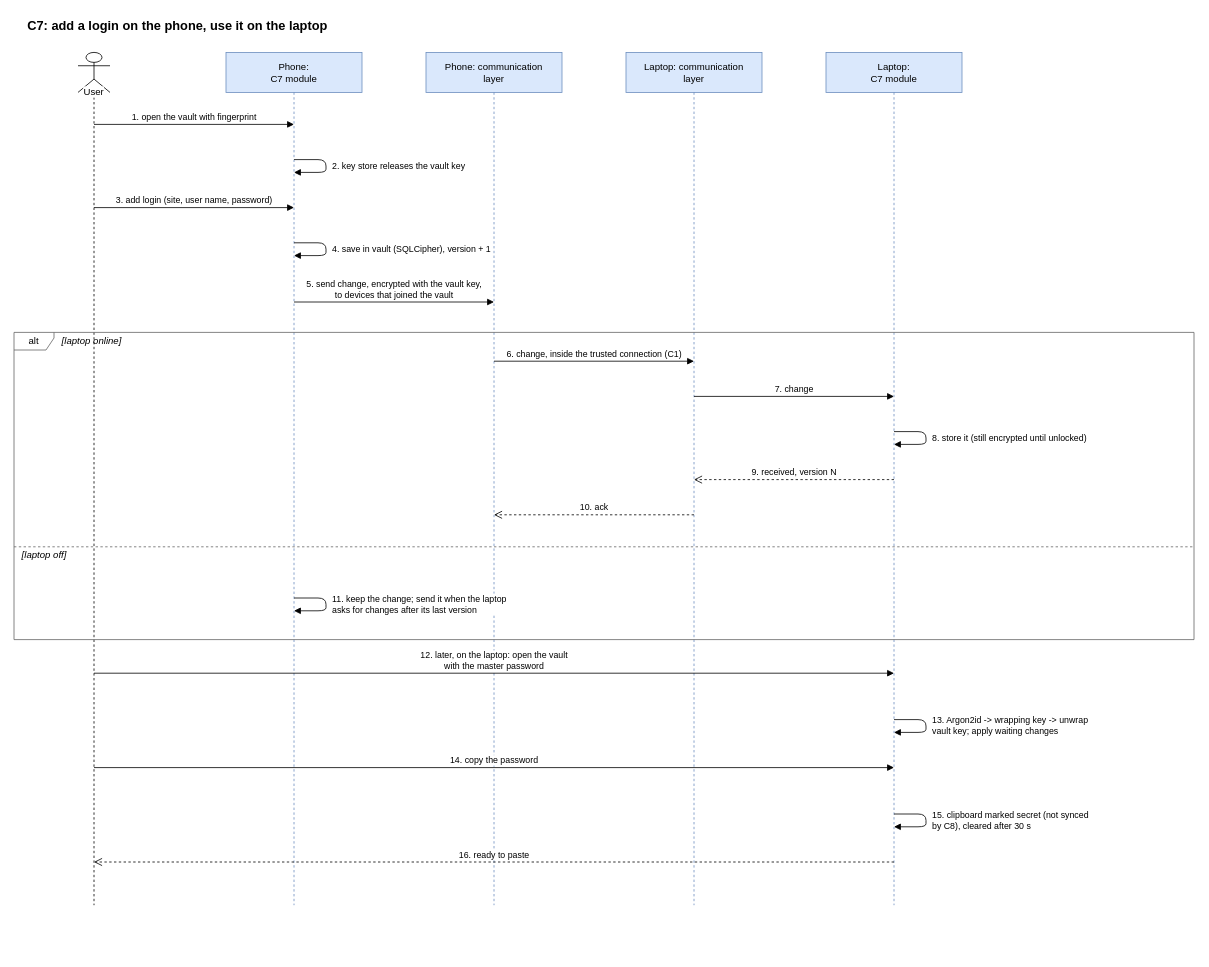
Earlier version of the draw.io diagram diagrams/C7-vault-sequence.drawio (Ali-Alasiri/graduation-project-phase-one). Source tidied: cells renumbered, new cells numbered last; positions are measured from the earlier drawing's top-left corner, leaving out a move shared by most shapes. Both pictures are drawn from the tidied source at 80%, with x=0, y=0 at pixel (14, 14).
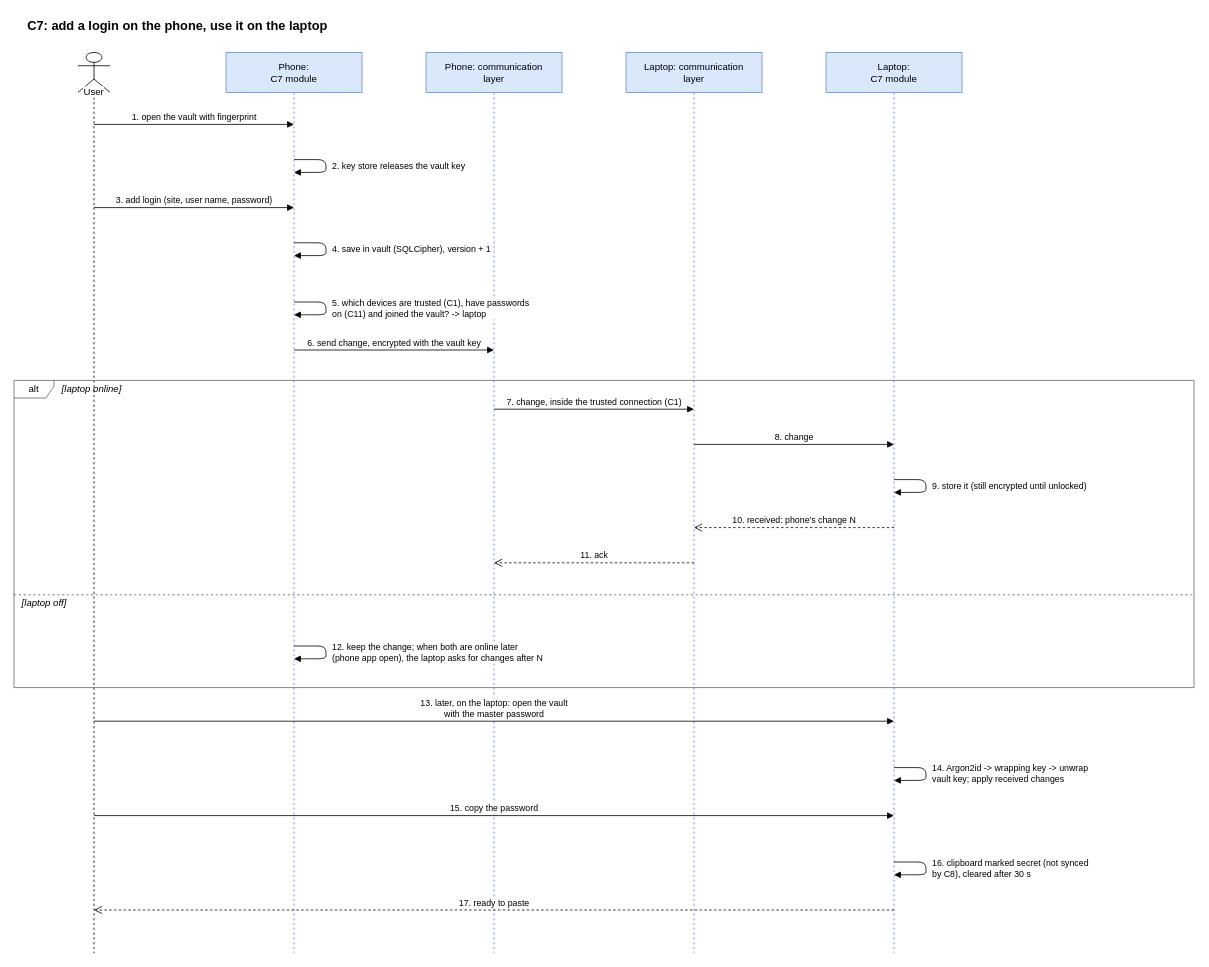
The same page after the edit.

Commit message (it also covers changes not shown here):
C7: fixes after review (stored keys, sync versions, clipboard per system, diagram)

Claude-Session: https://claude.ai/code/session_01BeHf3d1kUqbSvqCHyE6dbJ

The edit, as a diff of the source:
```diff
@@
     <mxCell id="3" value="User" style="shape=umlLifeline;participant=umlActor;perimeter=lifelinePerimeter;whiteSpace=wrap;html=1;verticalAlign=top;spacingTop=36;labelBackgroundColor=#ffffff;size=50;" parent="1" vertex="1">
-      <mxGeometry x="80" y="48" width="40" height="1066" as="geometry" />
+      <mxGeometry x="80" y="48" width="40" height="1126" as="geometry" />
     </mxCell>
     <mxCell id="4" value="Phone:&lt;br&gt;C7 module" style="shape=umlLifeline;perimeter=lifelinePerimeter;whiteSpace=wrap;html=1;size=50;fillColor=#dae8fc;strokeColor=#6c8ebf;" parent="1" vertex="1">
-      <mxGeometry x="265" y="48" width="170" height="1066" as="geometry" />
+      <mxGeometry x="265" y="48" width="170" height="1126" as="geometry" />
     </mxCell>
     <mxCell id="5" value="Phone: communication&lt;br&gt;layer" style="shape=umlLifeline;perimeter=lifelinePerimeter;whiteSpace=wrap;html=1;size=50;fillColor=#dae8fc;strokeColor=#6c8ebf;" parent="1" vertex="1">
-      <mxGeometry x="515" y="48" width="170" height="1066" as="geometry" />
+      <mxGeometry x="515" y="48" width="170" height="1126" as="geometry" />
     </mxCell>
     <mxCell id="6" value="Laptop: communication&lt;br&gt;layer" style="shape=umlLifeline;perimeter=lifelinePerimeter;whiteSpace=wrap;html=1;size=50;fillColor=#dae8fc;strokeColor=#6c8ebf;" parent="1" vertex="1">
-      <mxGeometry x="765" y="48" width="170" height="1066" as="geometry" />
+      <mxGeometry x="765" y="48" width="170" height="1126" as="geometry" />
     </mxCell>
     <mxCell id="7" value="Laptop:&lt;br&gt;C7 module" style="shape=umlLifeline;perimeter=lifelinePerimeter;whiteSpace=wrap;html=1;size=50;fillColor=#dae8fc;strokeColor=#6c8ebf;" parent="1" vertex="1">
-      <mxGeometry x="1015" y="48" width="170" height="1066" as="geometry" />
+      <mxGeometry x="1015" y="48" width="170" height="1126" as="geometry" />
     </mxCell>
     <mxCell id="8" value="alt" style="shape=umlFrame;whiteSpace=wrap;html=1;width=50;height=22;fillColor=none;strokeColor=#666666;" parent="1" vertex="1">
-      <mxGeometry y="398" width="1475" height="384" as="geometry" />
+      <mxGeometry y="458" width="1475" height="384" as="geometry" />
     </mxCell>
     <mxCell id="9" value="[laptop online]" style="text;html=1;align=left;verticalAlign=middle;fontStyle=2;" parent="1" vertex="1">
-      <mxGeometry x="58" y="398" width="420" height="22" as="geometry" />
+      <mxGeometry x="58" y="458" width="420" height="22" as="geometry" />
     </mxCell>
     <mxCell id="10" style="endArrow=none;dashed=1;html=1;strokeColor=#666666;" parent="1" edge="1">
       <mxGeometry relative="1" as="geometry">
-        <mxPoint y="666" as="sourcePoint" />
-        <mxPoint x="1475" y="666" as="targetPoint" />
+        <mxPoint y="726" as="sourcePoint" />
+        <mxPoint x="1475" y="726" as="targetPoint" />
       </mxGeometry>
     </mxCell>
     <mxCell id="11" value="[laptop off]" style="text;html=1;align=left;verticalAlign=middle;fontStyle=2;" parent="1" vertex="1">
-      <mxGeometry x="8" y="666" width="420" height="22" as="geometry" />
+      <mxGeometry x="8" y="726" width="420" height="22" as="geometry" />
     </mxCell>
@@
-    <mxCell id="16" value="5. send change, encrypted with the vault key,&lt;br&gt;to devices that joined the vault" style="html=1;verticalAlign=bottom;labelBackgroundColor=#ffffff;fontSize=11;endArrow=block;endFill=1;" parent="1" edge="1">
+    <mxCell id="16" value="5. which devices are trusted (C1), have passwords&lt;br&gt;on (C11) and joined the vault? -&gt; laptop" style="html=1;endArrow=block;endFill=1;align=left;spacingLeft=6;labelBackgroundColor=#ffffff;fontSize=11;" parent="1" edge="1">
       <mxGeometry relative="1" as="geometry">
         <mxPoint x="350" y="360" as="sourcePoint" />
-        <mxPoint x="600" y="360" as="targetPoint" />
+        <mxPoint x="350" y="376" as="targetPoint" />
+        <Array as="points">
+          <mxPoint x="390" y="360" />
+          <mxPoint x="390" y="376" />
+        </Array>
       </mxGeometry>
     </mxCell>
-    <mxCell id="17" value="6. change, inside the trusted connection (C1)" style="html=1;verticalAlign=bottom;labelBackgroundColor=#ffffff;fontSize=11;endArrow=block;endFill=1;" parent="1" edge="1">
+    <mxCell id="17" value="6. send change, encrypted with the vault key" style="html=1;verticalAlign=bottom;labelBackgroundColor=#ffffff;fontSize=11;endArrow=block;endFill=1;" parent="1" edge="1">
       <mxGeometry relative="1" as="geometry">
-        <mxPoint x="600" y="434" as="sourcePoint" />
-        <mxPoint x="850" y="434" as="targetPoint" />
+        <mxPoint x="350" y="420" as="sourcePoint" />
+        <mxPoint x="600" y="420" as="targetPoint" />
       </mxGeometry>
     </mxCell>
-    <mxCell id="18" value="7. change" style="html=1;verticalAlign=bottom;labelBackgroundColor=#ffffff;fontSize=11;endArrow=block;endFill=1;" parent="1" edge="1">
+    <mxCell id="18" value="7. change, inside the trusted connection (C1)" style="html=1;verticalAlign=bottom;labelBackgroundColor=#ffffff;fontSize=11;endArrow=block;endFill=1;" parent="1" edge="1">
       <mxGeometry relative="1" as="geometry">
-        <mxPoint x="850" y="478" as="sourcePoint" />
-        <mxPoint x="1100" y="478" as="targetPoint" />
+        <mxPoint x="600" y="494" as="sourcePoint" />
+        <mxPoint x="850" y="494" as="targetPoint" />
       </mxGeometry>
     </mxCell>
-    <mxCell id="19" value="8. store it (still encrypted until unlocked)" style="html=1;endArrow=block;endFill=1;align=left;spacingLeft=6;labelBackgroundColor=#ffffff;fontSize=11;" parent="1" edge="1">
+    <mxCell id="19" value="8. change" style="html=1;verticalAlign=bottom;labelBackgroundColor=#ffffff;fontSize=11;endArrow=block;endFill=1;" parent="1" edge="1">
       <mxGeometry relative="1" as="geometry">
-        <mxPoint x="1100" y="522" as="sourcePoint" />
+        <mxPoint x="850" y="538" as="sourcePoint" />
         <mxPoint x="1100" y="538" as="targetPoint" />
-        <Array as="points">
-          <mxPoint x="1140" y="522" />
-          <mxPoint x="1140" y="538" />
-        </Array>
       </mxGeometry>
     </mxCell>
-    <mxCell id="20" value="9. received, version N" style="html=1;verticalAlign=bottom;labelBackgroundColor=#ffffff;fontSize=11;dashed=1;endArrow=open;endSize=8;" parent="1" edge="1">
+    <mxCell id="20" value="9. store it (still encrypted until unlocked)" style="html=1;endArrow=block;endFill=1;align=left;spacingLeft=6;labelBackgroundColor=#ffffff;fontSize=11;" parent="1" edge="1">
       <mxGeometry relative="1" as="geometry">
         <mxPoint x="1100" y="582" as="sourcePoint" />
-        <mxPoint x="850" y="582" as="targetPoint" />
+        <mxPoint x="1100" y="598" as="targetPoint" />
+        <Array as="points">
+          <mxPoint x="1140" y="582" />
+          <mxPoint x="1140" y="598" />
+        </Array>
       </mxGeometry>
     </mxCell>
-    <mxCell id="21" value="10. ack" style="html=1;verticalAlign=bottom;labelBackgroundColor=#ffffff;fontSize=11;dashed=1;endArrow=open;endSize=8;" parent="1" edge="1">
+    <mxCell id="21" value="10. received: phone's change N" style="html=1;verticalAlign=bottom;labelBackgroundColor=#ffffff;fontSize=11;dashed=1;endArrow=open;endSize=8;" parent="1" edge="1">
       <mxGeometry relative="1" as="geometry">
-        <mxPoint x="850" y="626" as="sourcePoint" />
-        <mxPoint x="600" y="626" as="targetPoint" />
+        <mxPoint x="1100" y="642" as="sourcePoint" />
+        <mxPoint x="850" y="642" as="targetPoint" />
       </mxGeometry>
     </mxCell>
-    <mxCell id="22" value="11. keep the change; send it when the laptop&lt;br&gt;asks for changes after its last version" style="html=1;endArrow=block;endFill=1;align=left;spacingLeft=6;labelBackgroundColor=#ffffff;fontSize=11;" parent="1" edge="1">
+    <mxCell id="22" value="11. ack" style="html=1;verticalAlign=bottom;labelBackgroundColor=#ffffff;fontSize=11;dashed=1;endArrow=open;endSize=8;" parent="1" edge="1">
       <mxGeometry relative="1" as="geometry">
-        <mxPoint x="350" y="730" as="sourcePoint" />
-        <mxPoint x="350" y="746" as="targetPoint" />
-        <Array as="points">
-          <mxPoint x="390" y="730" />
-          <mxPoint x="390" y="746" />
-        </Array>
+        <mxPoint x="850" y="686" as="sourcePoint" />
+        <mxPoint x="600" y="686" as="targetPoint" />
       </mxGeometry>
     </mxCell>
-    <mxCell id="23" value="12. later, on the laptop: open the vault&lt;br&gt;with the master password" style="html=1;verticalAlign=bottom;labelBackgroundColor=#ffffff;fontSize=11;endArrow=block;endFill=1;" parent="1" edge="1">
+    <mxCell id="23" value="12. keep the change; when both are online later&lt;br&gt;(phone app open), the laptop asks for changes after N" style="html=1;endArrow=block;endFill=1;align=left;spacingLeft=6;labelBackgroundColor=#ffffff;fontSize=11;" parent="1" edge="1">
       <mxGeometry relative="1" as="geometry">
-        <mxPoint x="100" y="824" as="sourcePoint" />
-        <mxPoint x="1100" y="824" as="targetPoint" />
+        <mxPoint x="350" y="790" as="sourcePoint" />
+        <mxPoint x="350" y="806" as="targetPoint" />
+        <Array as="points">
+          <mxPoint x="390" y="790" />
+          <mxPoint x="390" y="806" />
+        </Array>
       </mxGeometry>
     </mxCell>
-    <mxCell id="24" value="13. Argon2id -&gt; wrapping key -&gt; unwrap&lt;br&gt;vault key; apply waiting changes" style="html=1;endArrow=block;endFill=1;align=left;spacingLeft=6;labelBackgroundColor=#ffffff;fontSize=11;" parent="1" edge="1">
+    <mxCell id="24" value="13. later, on the laptop: open the vault&lt;br&gt;with the master password" style="html=1;verticalAlign=bottom;labelBackgroundColor=#ffffff;fontSize=11;endArrow=block;endFill=1;" parent="1" edge="1">
       <mxGeometry relative="1" as="geometry">
-        <mxPoint x="1100" y="882" as="sourcePoint" />
-        <mxPoint x="1100" y="898" as="targetPoint" />
-        <Array as="points">
-          <mxPoint x="1140" y="882" />
-          <mxPoint x="1140" y="898" />
-        </Array>
+        <mxPoint x="100" y="884" as="sourcePoint" />
+        <mxPoint x="1100" y="884" as="targetPoint" />
       </mxGeometry>
     </mxCell>
-    <mxCell id="25" value="14. copy the password" style="html=1;verticalAlign=bottom;labelBackgroundColor=#ffffff;fontSize=11;endArrow=block;endFill=1;" parent="1" edge="1">
+    <mxCell id="25" value="14. Argon2id -&gt; wrapping key -&gt; unwrap&lt;br&gt;vault key; apply received changes" style="html=1;endArrow=block;endFill=1;align=left;spacingLeft=6;labelBackgroundColor=#ffffff;fontSize=11;" parent="1" edge="1">
       <mxGeometry relative="1" as="geometry">
-        <mxPoint x="100" y="942" as="sourcePoint" />
-        <mxPoint x="1100" y="942" as="targetPoint" />
+        <mxPoint x="1100" y="942" as="sourcePoint" />
+        <mxPoint x="1100" y="958" as="targetPoint" />
+        <Array as="points">
+          <mxPoint x="1140" y="942" />
+          <mxPoint x="1140" y="958" />
+        </Array>
       </mxGeometry>
     </mxCell>
-    <mxCell id="26" value="15. clipboard marked secret (not synced&lt;br&gt;by C8), cleared after 30 s" style="html=1;endArrow=block;endFill=1;align=left;spacingLeft=6;labelBackgroundColor=#ffffff;fontSize=11;" parent="1" edge="1">
+    <mxCell id="26" value="15. copy the password" style="html=1;verticalAlign=bottom;labelBackgroundColor=#ffffff;fontSize=11;endArrow=block;endFill=1;" parent="1" edge="1">
       <mxGeometry relative="1" as="geometry">
-        <mxPoint x="1100" y="1000" as="sourcePoint" />
-        <mxPoint x="1100" y="1016" as="targetPoint" />
-        <Array as="points">
-          <mxPoint x="1140" y="1000" />
-          <mxPoint x="1140" y="1016" />
-        </Array>
+        <mxPoint x="100" y="1002" as="sourcePoint" />
+        <mxPoint x="1100" y="1002" as="targetPoint" />
       </mxGeometry>
     </mxCell>
-    <mxCell id="27" value="16. ready to paste" style="html=1;verticalAlign=bottom;labelBackgroundColor=#ffffff;fontSize=11;dashed=1;endArrow=open;endSize=8;" parent="1" edge="1">
+    <mxCell id="27" value="16. clipboard marked secret (not synced&lt;br&gt;by C8), cleared after 30 s" style="html=1;endArrow=block;endFill=1;align=left;spacingLeft=6;labelBackgroundColor=#ffffff;fontSize=11;" parent="1" edge="1">
       <mxGeometry relative="1" as="geometry">
         <mxPoint x="1100" y="1060" as="sourcePoint" />
-        <mxPoint x="100" y="1060" as="targetPoint" />
+        <mxPoint x="1100" y="1076" as="targetPoint" />
+        <Array as="points">
+          <mxPoint x="1140" y="1060" />
+          <mxPoint x="1140" y="1076" />
+        </Array>
       </mxGeometry>
     </mxCell>
+    <mxCell id="28" value="17. ready to paste" style="html=1;verticalAlign=bottom;labelBackgroundColor=#ffffff;fontSize=11;dashed=1;endArrow=open;endSize=8;" parent="1" edge="1">
+      <mxGeometry relative="1" as="geometry">
+        <mxPoint x="1100" y="1120" as="sourcePoint" />
+        <mxPoint x="100" y="1120" as="targetPoint" />
+      </mxGeometry>
+    </mxCell>
```
